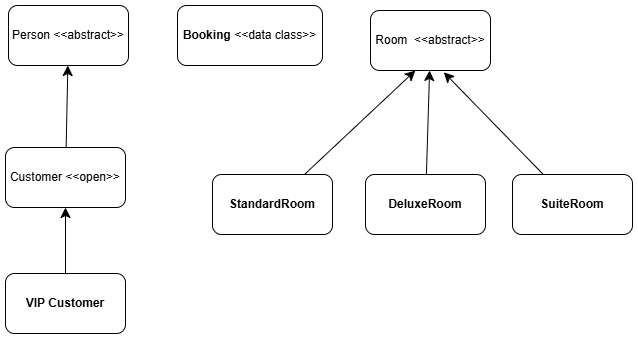
Before: summarytask12.png, a diagram exported from draw.io (lehuong0150/SummaryTask12). Source tidied: cells renumbered, new cells last; positions are measured from the earlier drawing's top-left corner, leaving out a move shared by most shapes. Its diagram source:
```xml
<mxGraphModel>
  <root>
    <mxCell id="0" />
    <mxCell id="1" parent="0" />
    <mxCell id="2" style="edgeStyle=none;curved=1;rounded=0;jettySize=auto;html=1;fontSize=12;startSize=8;endSize=8;" parent="1" edge="1" source="3" target="4">
      <mxGeometry relative="1" as="geometry" />
    </mxCell>
    <mxCell id="3" value="Customer &amp;lt;&amp;lt;open&amp;gt;&amp;gt;" style="rounded=1;whiteSpace=wrap;html=1;" parent="1" vertex="1">
      <mxGeometry y="142" width="120" height="60" as="geometry" />
    </mxCell>
    <mxCell id="4" value="Person &amp;lt;&amp;lt;abstract&amp;gt;&amp;gt;" style="rounded=1;whiteSpace=wrap;html=1;" parent="1" vertex="1">
      <mxGeometry x="3" width="120" height="60" as="geometry" />
    </mxCell>
    <mxCell id="5" style="edgeStyle=none;curved=1;rounded=0;jettySize=auto;html=1;fontSize=12;startSize=8;endSize=8;" parent="1" edge="1" source="6" target="3">
      <mxGeometry relative="1" as="geometry" />
    </mxCell>
    <mxCell id="6" value="&lt;b&gt;VIP Customer&lt;/b&gt;" style="rounded=1;whiteSpace=wrap;html=1;" parent="1" vertex="1">
      <mxGeometry y="268" width="120" height="60" as="geometry" />
    </mxCell>
    <mxCell id="7" style="edgeStyle=none;curved=1;rounded=0;jettySize=auto;html=1;fontSize=12;startSize=8;endSize=8;entryX=0.374;entryY=1;entryDx=0;entryDy=0;entryPerimeter=0;" parent="1" edge="1" source="8" target="9">
      <mxGeometry relative="1" as="geometry" />
    </mxCell>
    <mxCell id="8" value="&lt;span class=&quot;notion-enable-hover&quot; style=&quot;font-weight:600&quot;&gt;StandardRoom&lt;/span&gt;" style="rounded=1;whiteSpace=wrap;html=1;" parent="1" vertex="1">
      <mxGeometry x="207" y="169" width="120" height="60" as="geometry" />
    </mxCell>
    <mxCell id="9" value="Room &amp;nbsp;&amp;lt;&amp;lt;abstract&amp;gt;&amp;gt;" style="rounded=1;whiteSpace=wrap;html=1;" parent="1" vertex="1">
      <mxGeometry x="365" y="5" width="120" height="60" as="geometry" />
    </mxCell>
    <mxCell id="10" style="edgeStyle=none;curved=1;rounded=0;jettySize=auto;html=1;fontSize=12;startSize=8;endSize=8;" parent="1" edge="1" source="11" target="9">
      <mxGeometry relative="1" as="geometry" />
    </mxCell>
    <mxCell id="11" value="&lt;span class=&quot;notion-enable-hover&quot; style=&quot;font-weight:600&quot;&gt;DeluxeRoom&lt;/span&gt; " style="rounded=1;whiteSpace=wrap;html=1;" parent="1" vertex="1">
      <mxGeometry x="360" y="169" width="120" height="60" as="geometry" />
    </mxCell>
    <mxCell id="12" style="edgeStyle=none;curved=1;rounded=0;jettySize=auto;html=1;entryX=0.611;entryY=1.03;entryDx=0;entryDy=0;fontSize=12;startSize=8;endSize=8;entryPerimeter=0;" parent="1" edge="1" source="13" target="9">
      <mxGeometry relative="1" as="geometry" />
    </mxCell>
    <mxCell id="13" value="&lt;span class=&quot;notion-enable-hover&quot; style=&quot;font-weight:600&quot;&gt;SuiteRoom&lt;/span&gt; " style="rounded=1;whiteSpace=wrap;html=1;" parent="1" vertex="1">
      <mxGeometry x="507" y="169" width="120" height="60" as="geometry" />
    </mxCell>
    <mxCell id="14" value="&lt;b&gt;Booking &lt;/b&gt;&amp;lt;&amp;lt;data class&amp;gt;&amp;gt;" style="rounded=1;whiteSpace=wrap;html=1;" parent="1" vertex="1">
      <mxGeometry x="172" width="145" height="60" as="geometry" />
    </mxCell>
  </root>
</mxGraphModel>
```
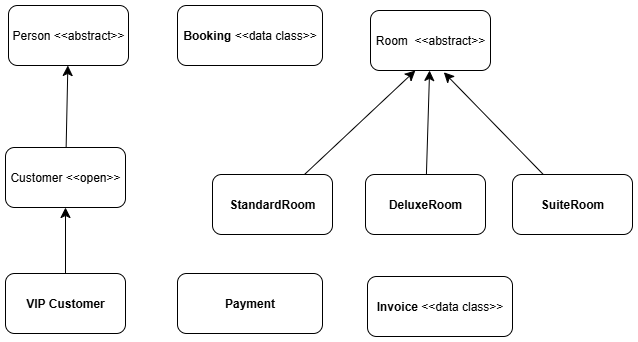
Above is the later version.

What changed in the source:
```diff
@@ -41,5 +41,11 @@
     <mxCell id="14" value="&lt;b&gt;Booking &lt;/b&gt;&amp;lt;&amp;lt;data class&amp;gt;&amp;gt;" style="rounded=1;whiteSpace=wrap;html=1;" parent="1" vertex="1">
       <mxGeometry x="172" width="145" height="60" as="geometry" />
     </mxCell>
+    <mxCell id="15" value="&lt;b&gt;Payment&lt;/b&gt;" style="rounded=1;whiteSpace=wrap;html=1;" parent="1" vertex="1">
+      <mxGeometry x="172" y="268" width="145" height="60" as="geometry" />
+    </mxCell>
+    <mxCell id="16" value="&lt;b&gt;Invoice &lt;/b&gt;&amp;lt;&amp;lt;data class&amp;gt;&amp;gt;" style="rounded=1;whiteSpace=wrap;html=1;" parent="1" vertex="1">
+      <mxGeometry x="362" y="271" width="145" height="60" as="geometry" />
+    </mxCell>
   </root>
 </mxGraphModel>
```
